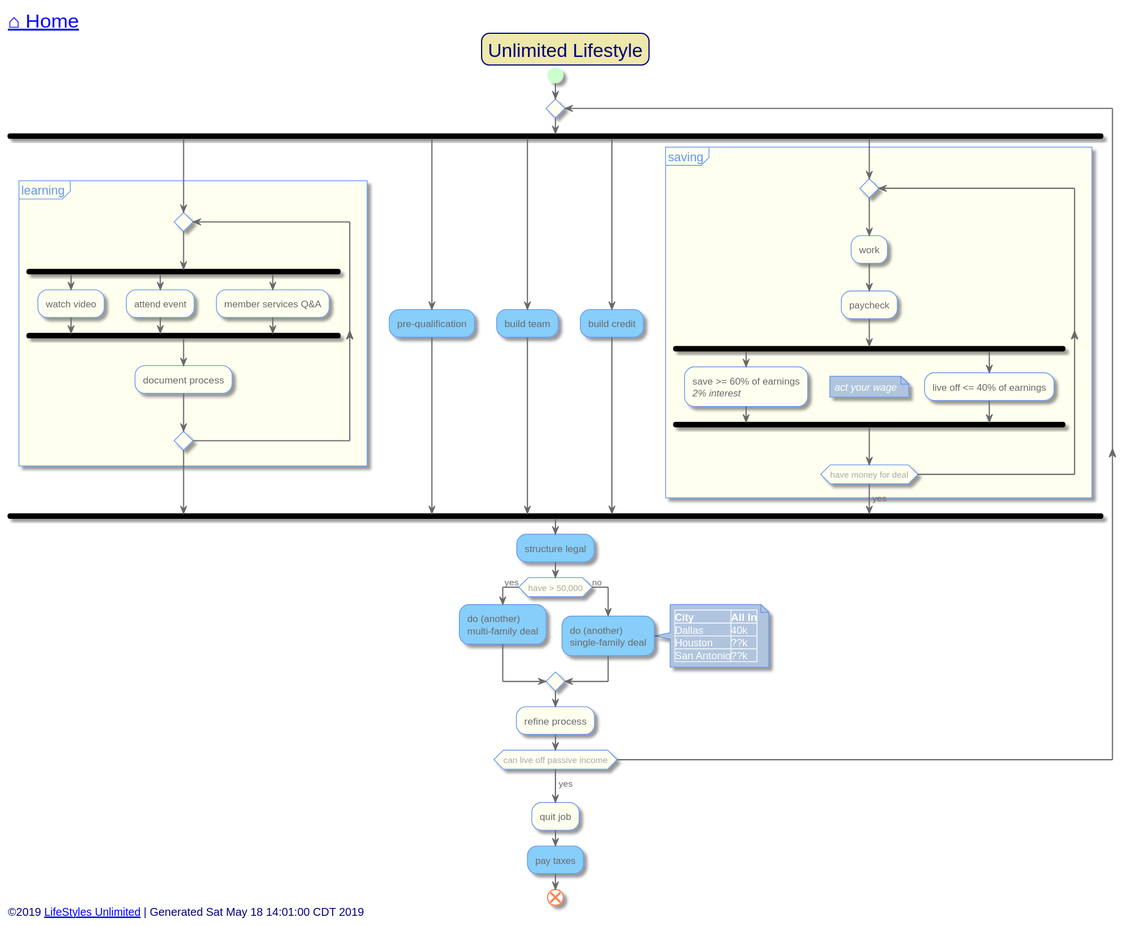
This is out/src/unlimited-lifestyle/index.svg from toddmo/lifestylesunlimited, a PlantUML export, as it was before one commit.
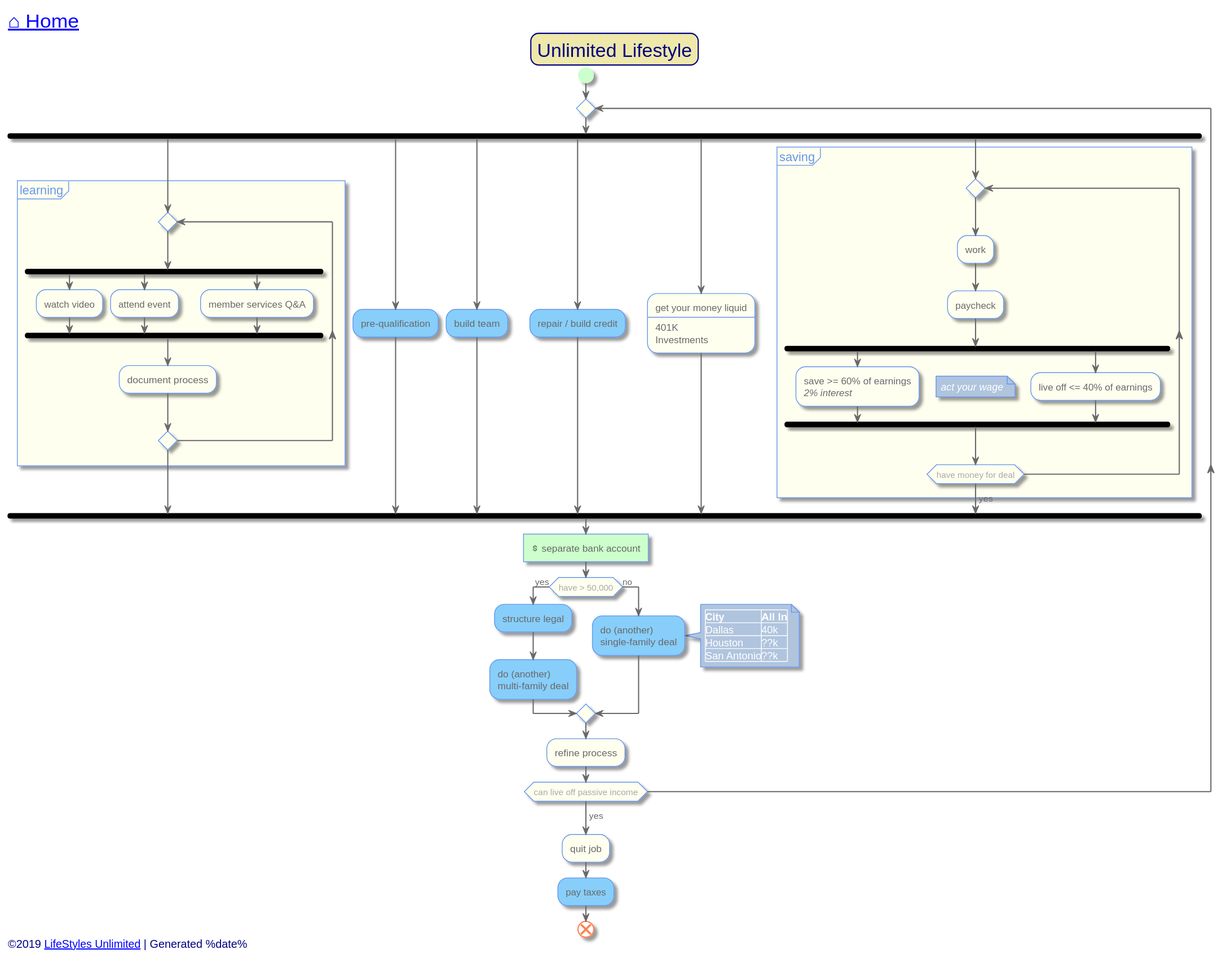
After the change.

What changed in the source:
```diff
@@ -104,7 +104,12 @@
 			fork again
 				[[../single-family/team-building.svg?sanitize=true]]#LightSkyBlue:build team;
 			fork again
-				[[credit-cards.svg?sanitize=true]]#LightSkyBlue:build credit;
+				[[credit-cards.svg?sanitize=true]]#LightSkyBlue:repair / build credit;
+			fork again
+				:get your money liquid
+				----
+				401K
+				Investments;
 			fork again
 				partition saving {
 					repeat
@@ -121,8 +126,9 @@
 					->yes;
 				}
 			end fork
-			[[legal.svg?sanitize=true]]#LightSkyBlue:structure legal;
+			#PHYSICAL:<&dollar> separate bank account]
 			if(have > 50,000) then (yes)
+				[[legal.svg?sanitize=true]]#LightSkyBlue:structure legal;
 				[[../multi-family/multi-family-deal.svg?sanitize=true]]#LightSkyBlue:do (another)\nmulti-family deal;
 			else (no)
 				[[../single-family/single-family-deal.svg?sanitize=true]]#LightSkyBlue:do (another)\nsingle-family deal;
@@ -145,7 +151,7 @@
 
 
 left footer
-	<font size=14>©2019 [[http://www.lifestylesunlimited.com LifeStyles Unlimited]] | Generated Sat May 18 14:01:00 CDT 2019</font>
+	<font size=14>©2019 [[http://www.lifestylesunlimited.com LifeStyles Unlimited]] | Generated %date%</font>
 endfooter
 
 
```
